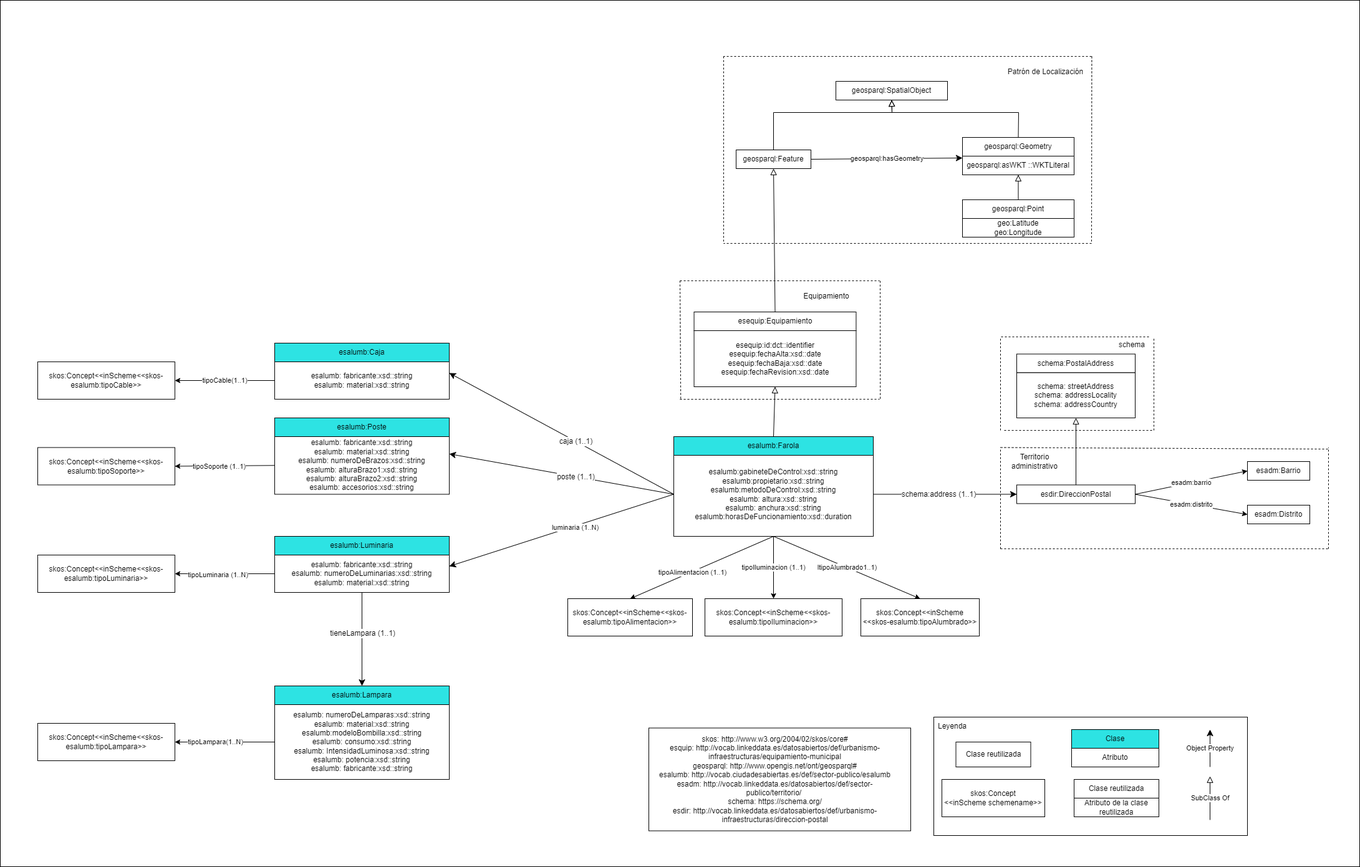
Earlier version of the draw.io export resources/images/Diagrama Alumbrado.png (MMB99/AlumbradoEn). Source tidied: cells renumbered, new cells last; positions are measured from the earlier drawing's top-left corner, leaving out a move shared by most shapes.
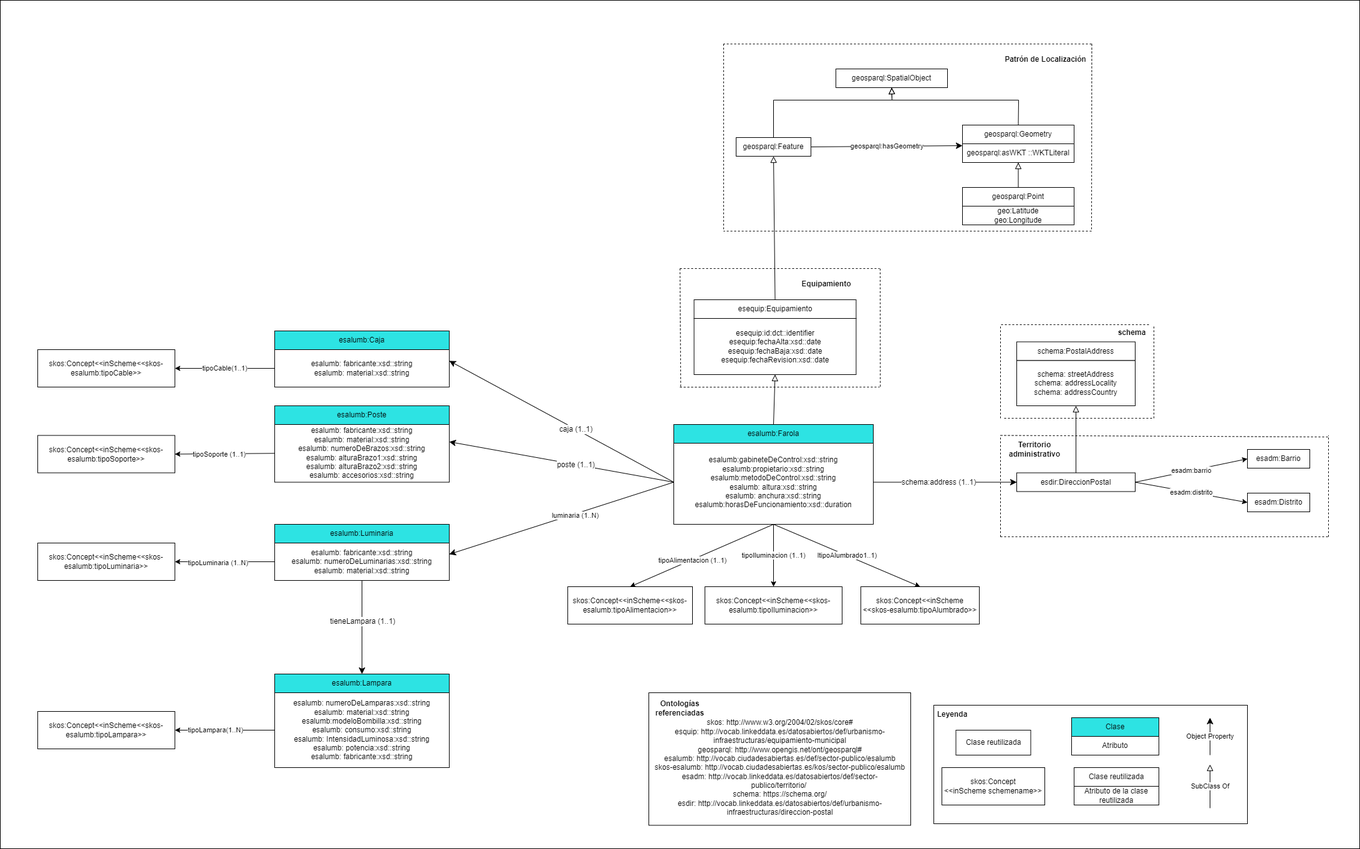
The same diagram one commit later.

Change to the diagram source:
```diff
@@ -2,9 +2,9 @@
   <root>
     <mxCell id="0" />
     <mxCell id="1" parent="0" />
-    <mxCell id="2" style="rounded=0;whiteSpace=wrap;html=1;" parent="1" vertex="1">
-      <mxGeometry width="2180" height="1390" as="geometry" />
-    </mxCell>
+    <mxCell id="97" style="rounded=0;whiteSpace=wrap;html=1;" parent="1" vertex="1">
+      <mxGeometry y="20" width="2180" height="1360" as="geometry" />
+    </mxCell>
     <mxCell id="3" value="&lt;span&gt;esalumb:gabineteDeControl:xsd::string&lt;/span&gt;&lt;u&gt;&lt;br&gt;&lt;/u&gt;esalumb:propietario:xsd::string&lt;br&gt;esalumb:metodoDeControl:xsd::string&lt;br&gt;esalumb: altura:xsd::string&lt;br&gt;esalumb: anchura:xsd::string&lt;br&gt;esalumb:horasDeFuncionamiento:xsd::duration&lt;span&gt;&lt;br&gt;&lt;/span&gt;" style="rounded=0;whiteSpace=wrap;html=1;snapToPoint=1;points=[[0.1,0],[0.2,0],[0.3,0],[0.4,0],[0.5,0],[0.6,0],[0.7,0],[0.8,0],[0.9,0],[0,0.1],[0,0.3],[0,0.5],[0,0.7],[0,0.9],[0.1,1],[0.2,1],[0.3,1],[0.4,1],[0.5,1],[0.6,1],[0.7,1],[0.8,1],[0.9,1],[1,0.1],[1,0.3],[1,0.5],[1,0.7],[1,0.9]];" parent="1" vertex="1">
       <mxGeometry x="1080" y="725" width="320" height="135" as="geometry" />
     </mxCell>
@@ -123,7 +123,7 @@
         <mxPoint x="1940" y="1245" as="targetPoint" />
       </mxGeometry>
     </mxCell>
-    <mxCell id="39" value="Leyenda" style="text;html=1;strokeColor=none;fillColor=none;align=center;verticalAlign=middle;whiteSpace=wrap;rounded=0;" parent="1" vertex="1">
+    <mxCell id="39" value="&lt;b&gt;Leyenda&lt;/b&gt;" style="text;html=1;strokeColor=none;fillColor=none;align=center;verticalAlign=middle;whiteSpace=wrap;rounded=0;" parent="1" vertex="1">
       <mxGeometry x="1497" y="1150" width="60" height="30" as="geometry" />
     </mxCell>
     <mxCell id="40" value="esequip:Equipamiento" style="rounded=0;whiteSpace=wrap;html=1;snapToPoint=1;points=[[0.1,0],[0.2,0],[0.3,0],[0.4,0],[0.5,0],[0.6,0],[0.7,0],[0.8,0],[0.9,0],[0,0.1],[0,0.3],[0,0.5],[0,0.7],[0,0.9],[0.1,1],[0.2,1],[0.3,1],[0.4,1],[0.5,1],[0.6,1],[0.7,1],[0.8,1],[0.9,1],[1,0.1],[1,0.3],[1,0.5],[1,0.7],[1,0.9]];" parent="1" vertex="1">
@@ -138,10 +138,10 @@
     <mxCell id="43" style="endArrow=block;html=1;fontColor=#000099;endFill=0;endSize=8;arcSize=0;rounded=0;entryX=0.5;entryY=1;entryDx=0;entryDy=0;exitX=0.5;exitY=0;exitDx=0;exitDy=0;" parent="1" edge="1" source="4" target="46">
       <mxGeometry relative="1" as="geometry" />
     </mxCell>
-    <mxCell id="44" value="Patrón de Localización" style="text;html=1;strokeColor=none;fillColor=none;align=center;verticalAlign=middle;whiteSpace=wrap;rounded=0;" parent="1" vertex="1">
+    <mxCell id="44" value="&lt;b&gt;Patrón de Localización&lt;/b&gt;" style="text;html=1;strokeColor=none;fillColor=none;align=center;verticalAlign=middle;whiteSpace=wrap;rounded=0;" parent="1" vertex="1">
       <mxGeometry x="1606" y="100" width="140.5" height="30" as="geometry" />
     </mxCell>
-    <mxCell id="45" value="Equipamiento" style="text;html=1;strokeColor=none;fillColor=none;align=center;verticalAlign=middle;whiteSpace=wrap;rounded=0;" parent="1" vertex="1">
+    <mxCell id="45" value="&lt;b&gt;Equipamiento&lt;/b&gt;" style="text;html=1;strokeColor=none;fillColor=none;align=center;verticalAlign=middle;whiteSpace=wrap;rounded=0;" parent="1" vertex="1">
       <mxGeometry x="1270" y="460" width="110" height="30" as="geometry" />
     </mxCell>
     <mxCell id="46" value="esequip:id:dct::identifier&lt;br&gt;esequip:fechaAlta:xsd::date&lt;br&gt;esequip:fechaBaja:xsd::date&lt;br&gt;esequip:fechaRevision:xsd::date" style="rounded=0;whiteSpace=wrap;html=1;snapToPoint=1;points=[[0.1,0],[0.2,0],[0.3,0],[0.4,0],[0.5,0],[0.6,0],[0.7,0],[0.8,0],[0.9,0],[0,0.1],[0,0.3],[0,0.5],[0,0.7],[0,0.9],[0.1,1],[0.2,1],[0.3,1],[0.4,1],[0.5,1],[0.6,1],[0.7,1],[0.8,1],[0.9,1],[1,0.1],[1,0.3],[1,0.5],[1,0.7],[1,0.9]];" parent="1" vertex="1">
@@ -265,10 +265,10 @@
       </mxGeometry>
     </mxCell>
     <mxCell id="75" style="rounded=0;whiteSpace=wrap;html=1;" parent="1" vertex="1">
-      <mxGeometry x="1040" y="1167.5" width="420" height="165" as="geometry" />
+      <mxGeometry x="1040" y="1130" width="420" height="212.5" as="geometry" />
     </mxCell>
-    <mxCell id="76" value="skos: http://www.w3.org/2004/02/skos/core#&lt;br&gt;esquip: http://vocab.linkeddata.es/datosabiertos/def/urbanismo-infraestructuras/equipamiento-municipal&lt;br&gt;geosparql: http://www.opengis.net/ont/geosparql#&lt;br&gt;esalumb: http://vocab.ciudadesabiertas.es/def/sector-publico/esalumb&lt;br&gt;esadm: http://vocab.linkeddata.es/datosabiertos/def/sector-publico/territorio/&amp;nbsp;&lt;br&gt;schema: https://schema.org/&lt;br&gt;esdir: http://vocab.linkeddata.es/datosabiertos/def/urbanismo-infraestructuras/direccion-postal" style="text;html=1;strokeColor=none;fillColor=none;align=center;verticalAlign=middle;whiteSpace=wrap;rounded=0;" parent="1" vertex="1">
-      <mxGeometry x="1040" y="1170" width="405" height="160" as="geometry" />
+    <mxCell id="76" value="skos: http://www.w3.org/2004/02/skos/core#&lt;br&gt;esquip: http://vocab.linkeddata.es/datosabiertos/def/urbanismo-infraestructuras/equipamiento-municipal&lt;br&gt;geosparql: http://www.opengis.net/ont/geosparql#&lt;br&gt;esalumb: http://vocab.ciudadesabiertas.es/def/sector-publico/esalumb&lt;br&gt;skos-esalumb: http://vocab.ciudadesabiertas.es/kos/sector-publico/esalumb&lt;br&gt;esadm: http://vocab.linkeddata.es/datosabiertos/def/sector-publico/territorio/&amp;nbsp;&lt;br&gt;schema: https://schema.org/&lt;br&gt;esdir: http://vocab.linkeddata.es/datosabiertos/def/urbanismo-infraestructuras/direccion-postal" style="text;html=1;strokeColor=none;fillColor=none;align=center;verticalAlign=middle;whiteSpace=wrap;rounded=0;" parent="1" vertex="1">
+      <mxGeometry x="1047.5" y="1170" width="405" height="160" as="geometry" />
     </mxCell>
     <mxCell id="77" value="schema:PostalAddress" style="rounded=0;whiteSpace=wrap;html=1;fillColor=#FFFFFF;" parent="1" vertex="1">
       <mxGeometry x="1630" y="567.5" width="190" height="30" as="geometry" />
@@ -318,7 +318,7 @@
         <mxPoint x="2130" y="720" as="targetPoint" />
       </mxGeometry>
     </mxCell>
-    <mxCell id="89" value="Territorio administrativo" style="text;html=1;strokeColor=none;fillColor=none;align=center;verticalAlign=middle;whiteSpace=wrap;rounded=0;" parent="1" vertex="1">
+    <mxCell id="89" value="&lt;b&gt;Territorio administrativo&lt;/b&gt;" style="text;html=1;strokeColor=none;fillColor=none;align=center;verticalAlign=middle;whiteSpace=wrap;rounded=0;" parent="1" vertex="1">
       <mxGeometry x="1604" y="725" width="110" height="30" as="geometry" />
     </mxCell>
     <mxCell id="90" style="endArrow=none;dashed=1;html=1;rounded=0;" parent="1" edge="1">
@@ -345,7 +345,7 @@
         <mxPoint x="1845" y="540" as="targetPoint" />
       </mxGeometry>
     </mxCell>
-    <mxCell id="94" value="schema" style="text;html=1;strokeColor=none;fillColor=none;align=center;verticalAlign=middle;whiteSpace=wrap;rounded=0;" parent="1" vertex="1">
+    <mxCell id="94" value="&lt;b&gt;schema&lt;/b&gt;" style="text;html=1;strokeColor=none;fillColor=none;align=center;verticalAlign=middle;whiteSpace=wrap;rounded=0;" parent="1" vertex="1">
       <mxGeometry x="1785" y="537.5" width="60" height="30" as="geometry" />
     </mxCell>
     <mxCell id="95" style="endArrow=block;html=1;fontColor=#000099;endFill=0;endSize=8;arcSize=0;rounded=0;entryX=0.5;entryY=1;entryDx=0;entryDy=0;exitX=0.5;exitY=0;exitDx=0;exitDy=0;" parent="1" edge="1" source="23" target="30">
@@ -364,5 +364,8 @@
         </Array>
       </mxGeometry>
     </mxCell>
+    <mxCell id="98" value="&lt;b&gt;Ontologías referenciadas&lt;/b&gt;" style="text;html=1;strokeColor=none;fillColor=none;align=center;verticalAlign=middle;whiteSpace=wrap;rounded=0;" parent="1" vertex="1">
+      <mxGeometry x="1060" y="1140" width="60" height="30" as="geometry" />
+    </mxCell>
   </root>
 </mxGraphModel>
```
